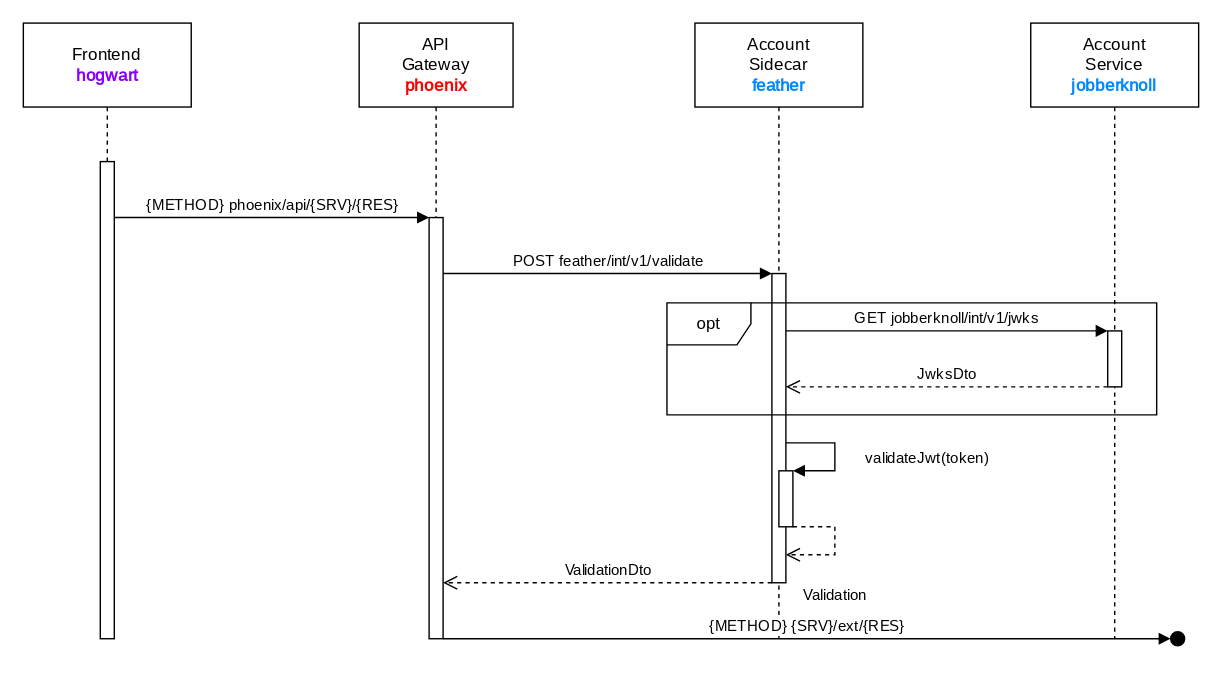
The draw.io diagram documentation/course/e2/images/sequence-diagram-mechanism-12.drawio.svg in PWR-ACS-SE-24/SoftwareSystemDesign, before a commit. Source tidied: cells renumbered, new cells last; positions are measured from the earlier drawing's top-left corner, leaving out a move shared by most shapes.
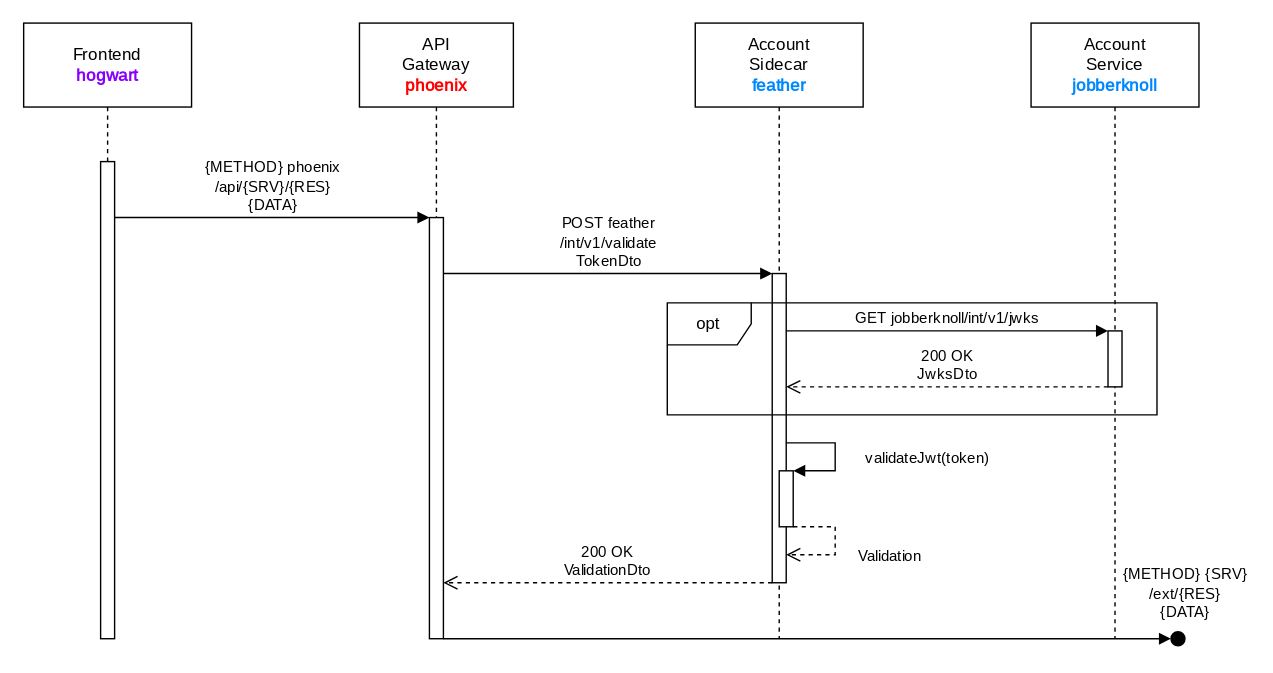
The same diagram one commit later.

Commit message:
PR: Use case sequence diagrams for Jobberknoll (#36)

Diff of the diagram source:
```diff
@@ -41,7 +41,7 @@
     <mxCell id="10" value="opt" style="shape=umlFrame;whiteSpace=wrap;html=1;" parent="5" vertex="1">
       <mxGeometry x="-20" y="200" width="350" height="80" as="geometry" />
     </mxCell>
-    <mxCell id="11" value="JwksDto" style="html=1;verticalAlign=bottom;endArrow=open;dashed=1;endSize=8;curved=0;rounded=0;fontFamily=JetBrains Mono;fontSource=https%3A%2F%2Ffonts.googleapis.com%2Fcss%3Ffamily%3DJetBrains%2BMono;" parent="5" edge="1" source="8">
+    <mxCell id="11" value="&lt;div&gt;200 OK&lt;br&gt;&lt;/div&gt;&lt;div&gt;JwksDto&lt;/div&gt;" style="html=1;verticalAlign=bottom;endArrow=open;dashed=1;endSize=8;curved=0;rounded=0;fontFamily=JetBrains Mono;fontSource=https%3A%2F%2Ffonts.googleapis.com%2Fcss%3Ffamily%3DJetBrains%2BMono;" parent="5" edge="1" source="8">
       <mxGeometry relative="1" as="geometry">
         <mxPoint x="65" y="260" as="targetPoint" />
         <Array as="points">
@@ -53,22 +53,22 @@
       <mxGeometry x="60" y="320" width="10" height="40" as="geometry" />
     </mxCell>
     <mxCell id="13" value="Validation" style="html=1;verticalAlign=bottom;endArrow=open;dashed=1;endSize=8;curved=0;rounded=0;fontFamily=JetBrains Mono;fontSource=https%3A%2F%2Ffonts.googleapis.com%2Fcss%3Ffamily%3DJetBrains%2BMono;" parent="5" edge="1" source="12" target="6">
-      <mxGeometry x="0.12" y="-40" relative="1" as="geometry">
+      <mxGeometry x="0.18" y="41" relative="1" as="geometry">
         <Array as="points">
           <mxPoint x="100" y="360" />
           <mxPoint x="100" y="380" />
         </Array>
-        <mxPoint x="40" y="40" as="offset" />
+        <mxPoint x="40" y="-31" as="offset" />
       </mxGeometry>
     </mxCell>
-    <mxCell id="14" value="&lt;font style=&quot;font-size: 11px;&quot;&gt;{METHOD} phoenix/api/{SRV}/{RES}&lt;/font&gt;" style="html=1;verticalAlign=bottom;endArrow=block;curved=0;rounded=0;fontFamily=JetBrains Mono;fontSource=https%3A%2F%2Ffonts.googleapis.com%2Fcss%3Ffamily%3DJetBrains%2BMono;" parent="1" edge="1" source="17" target="4">
+    <mxCell id="14" value="&lt;div&gt;&lt;font style=&quot;font-size: 11px;&quot;&gt;{METHOD} phoenix&lt;/font&gt;&lt;/div&gt;&lt;div&gt;&lt;font style=&quot;font-size: 11px;&quot;&gt;/api/{SRV}/{RES}&lt;/font&gt;&lt;/div&gt;&lt;div&gt;&lt;font style=&quot;font-size: 11px;&quot;&gt;{DATA}&lt;br&gt;&lt;/font&gt;&lt;/div&gt;" style="html=1;verticalAlign=bottom;endArrow=block;curved=0;rounded=0;fontFamily=JetBrains Mono;fontSource=https%3A%2F%2Ffonts.googleapis.com%2Fcss%3Ffamily%3DJetBrains%2BMono;" parent="1" edge="1" source="17" target="4">
       <mxGeometry relative="1" as="geometry">
         <Array as="points">
           <mxPoint x="180" y="139" />
         </Array>
       </mxGeometry>
     </mxCell>
-    <mxCell id="15" value="&lt;font&gt;POST feather/int/v1/validate&lt;/font&gt;" style="html=1;verticalAlign=bottom;endArrow=block;curved=0;rounded=0;fontFamily=JetBrains Mono;fontSource=https%3A%2F%2Ffonts.googleapis.com%2Fcss%3Ffamily%3DJetBrains%2BMono;" parent="1" edge="1" source="4" target="6">
+    <mxCell id="15" value="&lt;div&gt;&lt;font&gt;POST feather&lt;/font&gt;&lt;/div&gt;&lt;div&gt;&lt;font&gt;/int/v1/validate&lt;/font&gt;&lt;/div&gt;&lt;div&gt;&lt;font&gt;TokenDto&lt;br&gt;&lt;/font&gt;&lt;/div&gt;" style="html=1;verticalAlign=bottom;endArrow=block;curved=0;rounded=0;fontFamily=JetBrains Mono;fontSource=https%3A%2F%2Ffonts.googleapis.com%2Fcss%3Ffamily%3DJetBrains%2BMono;" parent="1" edge="1" source="4" target="6">
       <mxGeometry relative="1" as="geometry">
         <Array as="points">
           <mxPoint x="420" y="179" />
@@ -81,14 +81,15 @@
     <mxCell id="17" style="html=1;points=[[0,0,0,0,5],[0,1,0,0,-5],[1,0,0,0,5],[1,1,0,0,-5]];perimeter=orthogonalPerimeter;outlineConnect=0;targetShapes=umlLifeline;portConstraint=eastwest;newEdgeStyle={&quot;curved&quot;:0,&quot;rounded&quot;:0};fontFamily=JetBrains Mono;fontSource=https%3A%2F%2Ffonts.googleapis.com%2Fcss%3Ffamily%3DJetBrains%2BMono;" parent="16" vertex="1">
       <mxGeometry x="55" y="99" width="10" height="341" as="geometry" />
     </mxCell>
-    <mxCell id="18" value="&lt;font&gt;{METHOD} {SRV}/ext/{RES}&lt;br&gt;&lt;/font&gt;" style="html=1;verticalAlign=bottom;endArrow=block;curved=0;rounded=0;fontFamily=JetBrains Mono;fontSource=https%3A%2F%2Ffonts.googleapis.com%2Fcss%3Ffamily%3DJetBrains%2BMono;" parent="1" edge="1" source="4" target="20">
-      <mxGeometry relative="1" as="geometry">
+    <mxCell id="18" value="&lt;div&gt;&lt;font&gt;{METHOD} {SRV}&lt;/font&gt;&lt;/div&gt;&lt;div&gt;&lt;font&gt;/ext/{RES}&lt;/font&gt;&lt;/div&gt;&lt;div&gt;&lt;font&gt;{DATA}&lt;br&gt;&lt;/font&gt;&lt;/div&gt;" style="html=1;verticalAlign=bottom;endArrow=block;curved=0;rounded=0;fontFamily=JetBrains Mono;fontSource=https%3A%2F%2Ffonts.googleapis.com%2Fcss%3Ffamily%3DJetBrains%2BMono;" parent="1" edge="1" source="4" target="20">
+      <mxGeometry x="1" y="14" relative="1" as="geometry">
         <Array as="points">
           <mxPoint x="665" y="440" />
         </Array>
+        <mxPoint x="10" y="4" as="offset" />
       </mxGeometry>
     </mxCell>
-    <mxCell id="19" value="ValidationDto" style="html=1;verticalAlign=bottom;endArrow=open;dashed=1;endSize=8;curved=0;rounded=0;fontFamily=JetBrains Mono;fontSource=https%3A%2F%2Ffonts.googleapis.com%2Fcss%3Ffamily%3DJetBrains%2BMono;" parent="1" edge="1" source="6" target="4">
+    <mxCell id="19" value="&lt;div&gt;200 OK&lt;br&gt;&lt;/div&gt;&lt;div&gt;ValidationDto&lt;/div&gt;" style="html=1;verticalAlign=bottom;endArrow=open;dashed=1;endSize=8;curved=0;rounded=0;fontFamily=JetBrains Mono;fontSource=https%3A%2F%2Ffonts.googleapis.com%2Fcss%3Ffamily%3DJetBrains%2BMono;" parent="1" edge="1" source="6" target="4">
       <mxGeometry relative="1" as="geometry">
         <Array as="points">
           <mxPoint x="415" y="400" />
```
